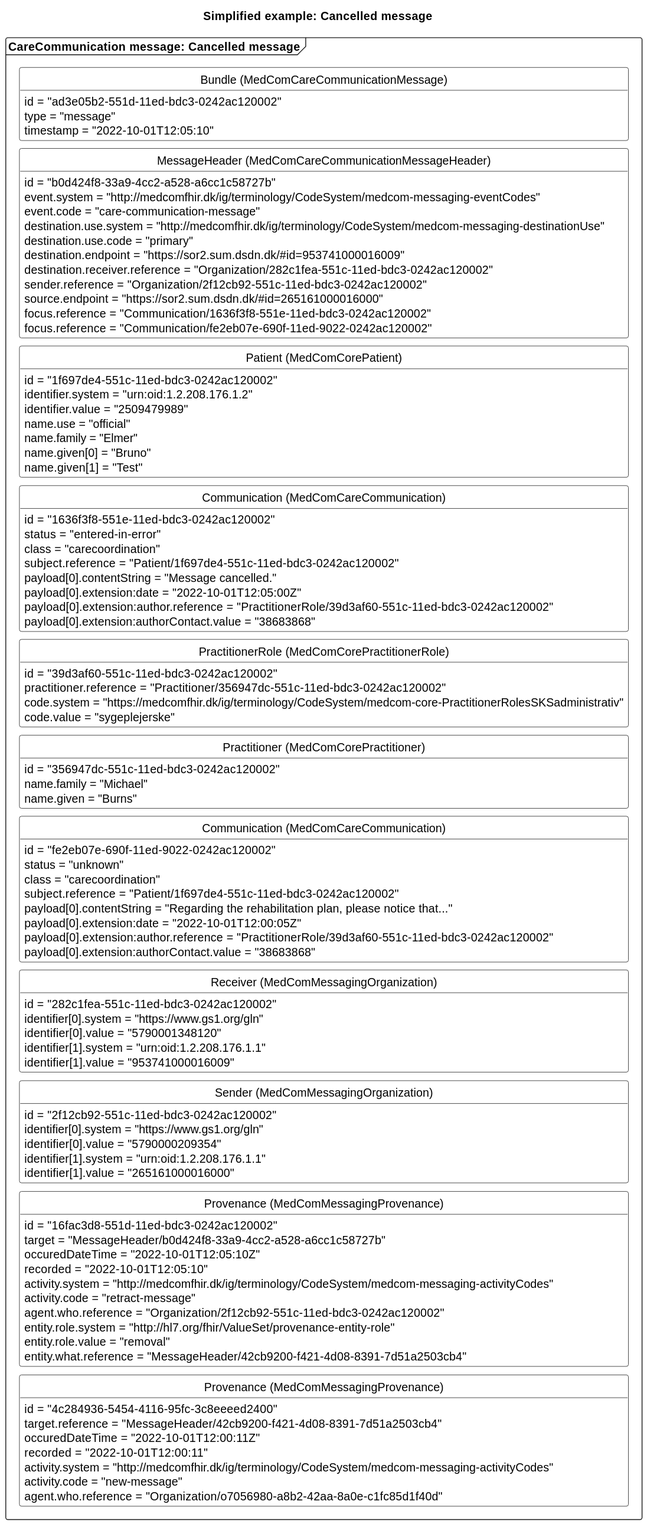
Earlier version of the PlantUML export input/images/carecommunication/CCcancelMessage.svg (medcomdk/dk-medcom-carecommunication).
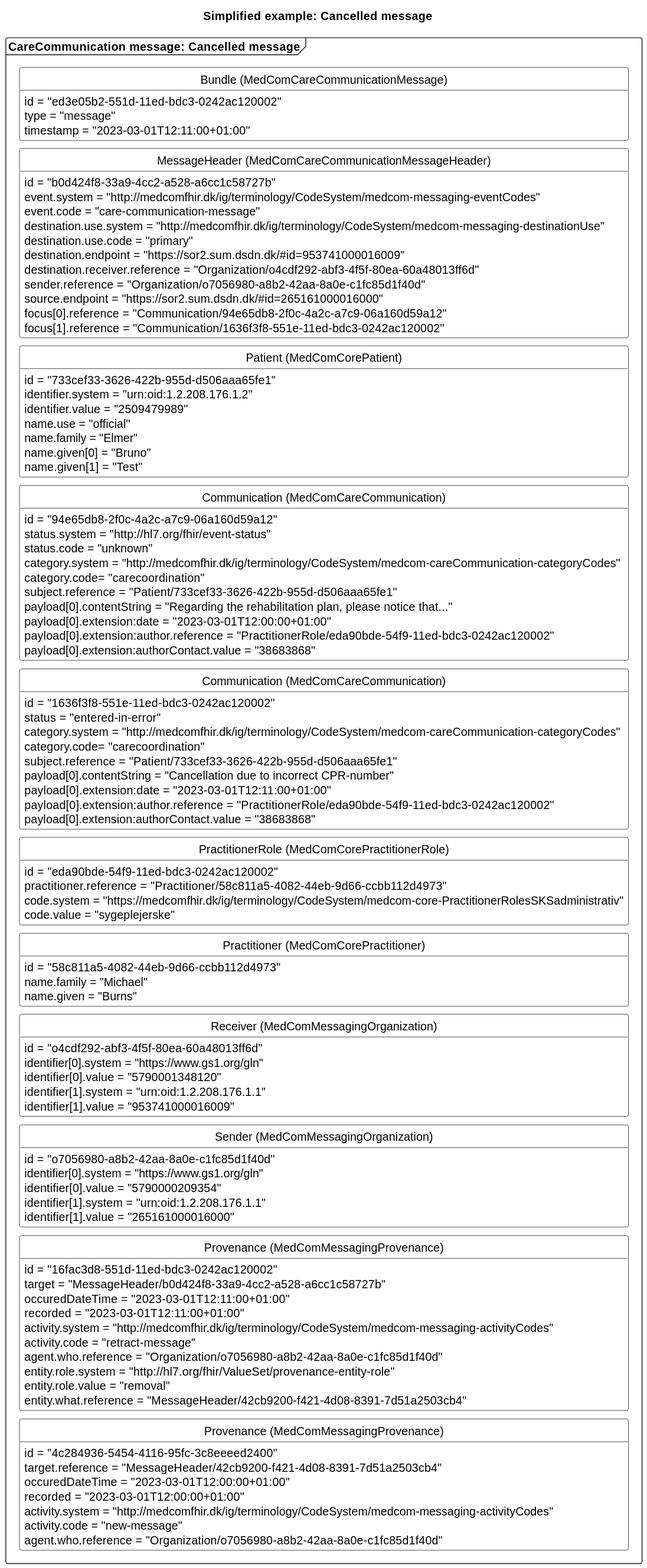
After the commit.

Diff of the diagram source:
```diff
@@ -15,9 +15,9 @@
 
 package "CareCommunication message: Cancelled message" as error <<Frame>>{
     class "Bundle (MedComCareCommunicationMessage)" as errorB {
-        id = "ad3e05b2-551d-11ed-bdc3-0242ac120002"
+        id = "ed3e05b2-551d-11ed-bdc3-0242ac120002"
         type = "message"
-        timestamp = "2022-10-01T12:05:10"
+        timestamp = "2023-03-01T12:11:00+01:00"
     }
     class "MessageHeader (MedComCareCommunicationMessageHeader)" as errorMH{
         id = "b0d424f8-33a9-4cc2-a528-a6cc1c58727b"
@@ -26,14 +26,14 @@
         destination.use.system = "http://medcomfhir.dk/ig/terminology/CodeSystem/medcom-messaging-destinationUse"
         destination.use.code = "primary"
         destination.endpoint = "https://sor2.sum.dsdn.dk/#id=953741000016009"
-        destination.receiver.reference = "Organization/282c1fea-551c-11ed-bdc3-0242ac120002"
-        sender.reference = "Organization/2f12cb92-551c-11ed-bdc3-0242ac120002"
+        destination.receiver.reference = "Organization/o4cdf292-abf3-4f5f-80ea-60a48013ff6d"
+        sender.reference = "Organization/o7056980-a8b2-42aa-8a0e-c1fc85d1f40d"
         source.endpoint = "https://sor2.sum.dsdn.dk/#id=265161000016000"
-        focus.reference = "Communication/1636f3f8-551e-11ed-bdc3-0242ac120002"
-        focus.reference = "Communication/fe2eb07e-690f-11ed-9022-0242ac120002"
+        focus[0].reference = "Communication/94e65db8-2f0c-4a2c-a7c9-06a160d59a12"
+        focus[1].reference = "Communication/1636f3f8-551e-11ed-bdc3-0242ac120002"
     }
     class "Patient (MedComCorePatient)" as errorPT{
-        id = "1f697de4-551c-11ed-bdc3-0242ac120002"
+        id = "733cef33-3626-422b-955d-d506aaa65fe1"
         identifier.system = "urn:oid:1.2.208.176.1.2"
         identifier.value = "2509479989"
         name.use = "official"
@@ -41,46 +41,49 @@
         name.given[0] = "Bruno"
         name.given[1] = "Test"
     }
+    class "Communication (MedComCareCommunication)" as newCom{
+        id = "94e65db8-2f0c-4a2c-a7c9-06a160d59a12"
+        status.system = "http://hl7.org/fhir/event-status"
+        status.code = "unknown"
+        category.system = "http://medcomfhir.dk/ig/terminology/CodeSystem/medcom-careCommunication-categoryCodes"
+        category.code= "carecoordination"
+        subject.reference = "Patient/733cef33-3626-422b-955d-d506aaa65fe1"
+        payload[0].contentString = "Regarding the rehabilitation plan, please notice that..."
+        payload[0].extension:date = "2023-03-01T12:00:00+01:00"
+        payload[0].extension:author.reference = "PractitionerRole/eda90bde-54f9-11ed-bdc3-0242ac120002"
+        payload[0].extension:authorContact.value = "38683868"
+    }
     class "Communication (MedComCareCommunication)" as errorCom{
         id = "1636f3f8-551e-11ed-bdc3-0242ac120002"
         status = "entered-in-error"
-        class = "carecoordination"
-        subject.reference = "Patient/1f697de4-551c-11ed-bdc3-0242ac120002"
-        payload[0].contentString = "Message cancelled."
-        payload[0].extension:date = "2022-10-01T12:05:00Z"
-        payload[0].extension:author.reference = "PractitionerRole/39d3af60-551c-11ed-bdc3-0242ac120002"
+        category.system = "http://medcomfhir.dk/ig/terminology/CodeSystem/medcom-careCommunication-categoryCodes"
+        category.code= "carecoordination"
+        subject.reference = "Patient/733cef33-3626-422b-955d-d506aaa65fe1"
+        payload[0].contentString = "Cancellation due to incorrect CPR-number"
+        payload[0].extension:date = "2023-03-01T12:11:00+01:00"
+        payload[0].extension:author.reference = "PractitionerRole/eda90bde-54f9-11ed-bdc3-0242ac120002"
         payload[0].extension:authorContact.value = "38683868"
     }
     class "PractitionerRole (MedComCorePractitionerRole)" as errorPracR{
-        id = "39d3af60-551c-11ed-bdc3-0242ac120002"
-        practitioner.reference = "Practitioner/356947dc-551c-11ed-bdc3-0242ac120002"
+        id = "eda90bde-54f9-11ed-bdc3-0242ac120002"
+        practitioner.reference = "Practitioner/58c811a5-4082-44eb-9d66-ccbb112d4973"
         code.system = "https://medcomfhir.dk/ig/terminology/CodeSystem/medcom-core-PractitionerRolesSKSadministrativ"
         code.value = "sygeplejerske"
     }
     class "Practitioner (MedComCorePractitioner)" as errorPrac{
-        id = "356947dc-551c-11ed-bdc3-0242ac120002"
+        id = "58c811a5-4082-44eb-9d66-ccbb112d4973"
         name.family = "Michael"
         name.given = "Burns"
     }
-    class "Communication (MedComCareCommunication)" as newCom{
-        id = "fe2eb07e-690f-11ed-9022-0242ac120002"
-        status = "unknown"
-        class = "carecoordination"
-        subject.reference = "Patient/1f697de4-551c-11ed-bdc3-0242ac120002"
-        payload[0].contentString = "Regarding the rehabilitation plan, please notice that..."
-        payload[0].extension:date = "2022-10-01T12:00:05Z"
-        payload[0].extension:author.reference = "PractitionerRole/39d3af60-551c-11ed-bdc3-0242ac120002"
-        payload[0].extension:authorContact.value = "38683868"
-    }
     class "Receiver (MedComMessagingOrganization)" as errorROrg{
-        id = "282c1fea-551c-11ed-bdc3-0242ac120002"
+        id = "o4cdf292-abf3-4f5f-80ea-60a48013ff6d"
         identifier[0].system = "https://www.gs1.org/gln"
         identifier[0].value = "5790001348120"
         identifier[1].system = "urn:oid:1.2.208.176.1.1"
         identifier[1].value = "953741000016009"
     }
     class "Sender (MedComMessagingOrganization)" as errorSOrg{
-        id = "2f12cb92-551c-11ed-bdc3-0242ac120002"
+        id = "o7056980-a8b2-42aa-8a0e-c1fc85d1f40d"
         identifier[0].system = "https://www.gs1.org/gln"
         identifier[0].value = "5790000209354"
         identifier[1].system = "urn:oid:1.2.208.176.1.1"
@@ -89,11 +92,11 @@
     class "Provenance (MedComMessagingProvenance)" as errorPRO{
         id = "16fac3d8-551d-11ed-bdc3-0242ac120002"
         target = "MessageHeader/b0d424f8-33a9-4cc2-a528-a6cc1c58727b"
-        occuredDateTime = "2022-10-01T12:05:10Z"
-        recorded = "2022-10-01T12:05:10"
+        occuredDateTime = "2023-03-01T12:11:00+01:00"
+        recorded = "2023-03-01T12:11:00+01:00"
         activity.system = "http://medcomfhir.dk/ig/terminology/CodeSystem/medcom-messaging-activityCodes"
         activity.code = "retract-message"
-        agent.who.reference = "Organization/2f12cb92-551c-11ed-bdc3-0242ac120002"
+        agent.who.reference = "Organization/o7056980-a8b2-42aa-8a0e-c1fc85d1f40d"
         entity.role.system = "http://hl7.org/fhir/ValueSet/provenance-entity-role"
         entity.role.value = "removal"
         entity.what.reference = "MessageHeader/42cb9200-f421-4d08-8391-7d51a2503cb4"
@@ -101,8 +104,8 @@
     class "Provenance (MedComMessagingProvenance)" as newPRO{
         id = "4c284936-5454-4116-95fc-3c8eeeed2400"
         target.reference = "MessageHeader/42cb9200-f421-4d08-8391-7d51a2503cb4"
-        occuredDateTime = "2022-10-01T12:00:11Z"
-        recorded = "2022-10-01T12:00:11"
+        occuredDateTime = "2023-03-01T12:00:00+01:00"
+        recorded = "2023-03-01T12:00:00+01:00"
         activity.system = "http://medcomfhir.dk/ig/terminology/CodeSystem/medcom-messaging-activityCodes"
         activity.code = "new-message"
         agent.who.reference = "Organization/o7056980-a8b2-42aa-8a0e-c1fc85d1f40d"
@@ -110,11 +113,11 @@
 
 errorB -[hidden]- errorMH
 errorMH -[hidden]-errorPT
-errorPT-[hidden]-errorCom
+errorPT-[hidden]-newCom
+newCom -[hidden]-errorCom
 errorCom -[hidden]-errorPracR
 errorPracR-[hidden]-errorPrac
-errorPrac-[hidden]-newCom
-newCom -[hidden]-errorROrg
+errorPrac-[hidden]-errorROrg
 errorROrg-[hidden]- errorSOrg
 errorSOrg-[hidden]-errorPRO
 errorPRO-[hidden]-newPRO
```
